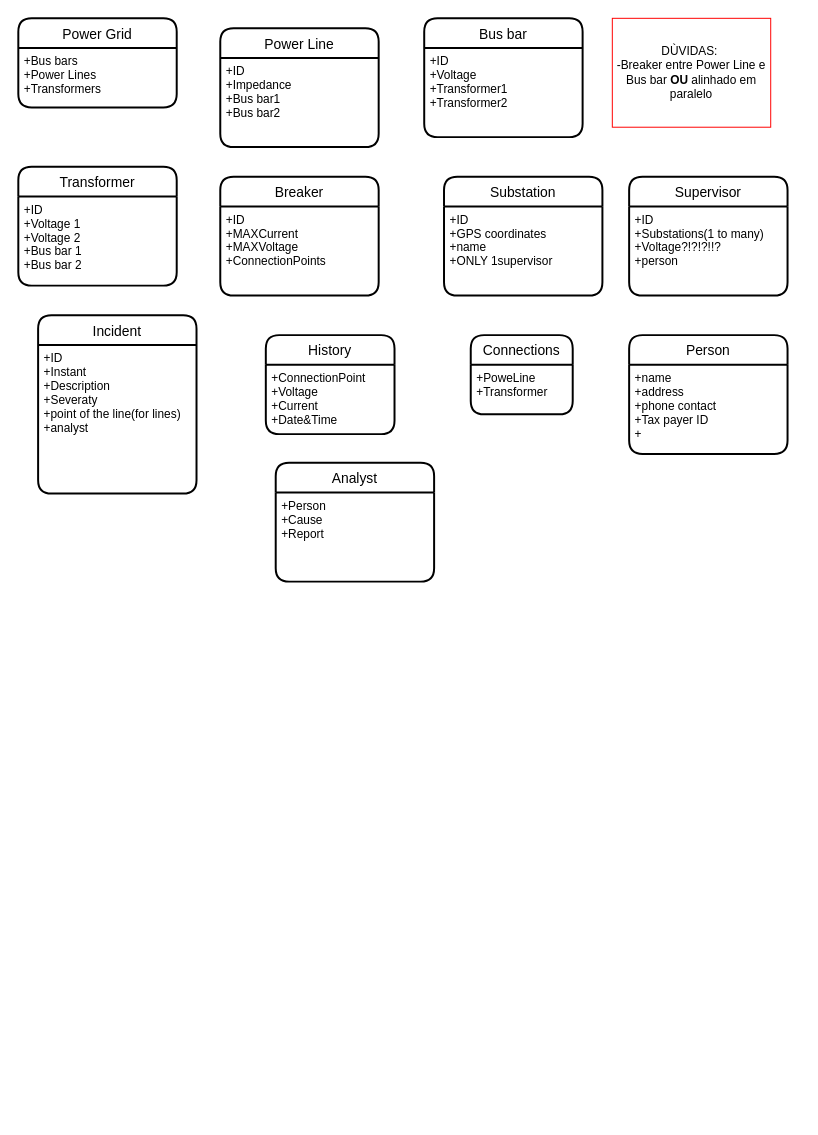
dgd-rosa/SIBD keeps this draw.io diagram as Untitled Diagram.drawio. Above is the earlier version. Source tidied: cells renumbered, new cells numbered last; positions are measured from the earlier drawing's top-left corner, leaving out a move shared by most shapes. Both pictures are drawn from the tidied source at 99%, with x=0, y=0 at pixel (18, 18).
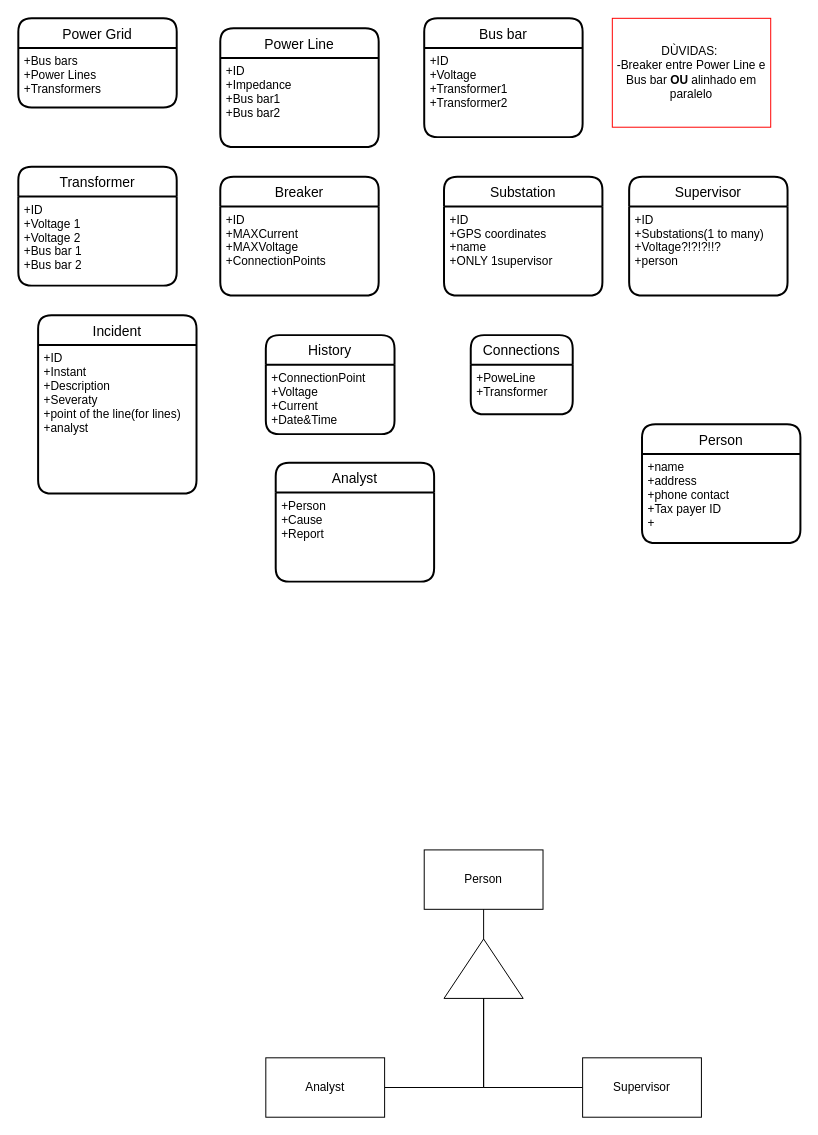
After the change.

What changed in the source:
```diff
@@
+    <mxCell id="25" value="Analyst" style="swimlane;horizontal=1;startSize=30;rounded=1;fontSize=14;fontStyle=0;strokeWidth=2;shadow=0;dashed=0;align=center;fillColor=#FFFFFF;" parent="1" vertex="1">
+      <mxGeometry x="260" y="449" width="160" height="120" as="geometry" />
+    </mxCell>
+    <mxCell id="26" value="+Person&#10;+Cause&#10;+Report" style="align=left;strokeColor=none;fillColor=none;spacingLeft=4;fontSize=12;verticalAlign=top;" parent="25" vertex="1">
+      <mxGeometry y="30" width="160" height="90" as="geometry" />
+    </mxCell>
     <mxCell id="23" value="Person" style="swimlane;horizontal=1;startSize=30;rounded=1;fontSize=14;fontStyle=0;strokeWidth=2;shadow=0;dashed=0;align=center;fillColor=#FFFFFF;" parent="1" vertex="1">
-      <mxGeometry x="617" y="320" width="160" height="120" as="geometry" />
+      <mxGeometry x="630" y="410" width="160" height="120" as="geometry" />
     </mxCell>
@@
-    <mxCell id="25" value="Analyst" style="swimlane;horizontal=1;startSize=30;rounded=1;fontSize=14;fontStyle=0;strokeWidth=2;shadow=0;dashed=0;align=center;fillColor=#FFFFFF;" parent="1" vertex="1">
-      <mxGeometry x="260" y="449" width="160" height="120" as="geometry" />
-    </mxCell>
-    <mxCell id="26" value="+Person&#10;+Cause&#10;+Report" style="align=left;strokeColor=none;fillColor=none;spacingLeft=4;fontSize=12;verticalAlign=top;" parent="25" vertex="1">
-      <mxGeometry y="30" width="160" height="90" as="geometry" />
-    </mxCell>
+    <mxCell id="27" value="Person" style="rounded=0;whiteSpace=wrap;html=1;" parent="1" vertex="1">
+      <mxGeometry x="410" y="840" width="120" height="60" as="geometry" />
+    </mxCell>
+    <mxCell id="28" style="triangle;whiteSpace=wrap;html=1;direction=north;" parent="1" vertex="1">
+      <mxGeometry x="430" y="930" width="80" height="60" as="geometry" />
+    </mxCell>
+    <mxCell id="29" style="edgeStyle=orthogonalEdgeStyle;rounded=0;jettySize=auto;html=1;entryX=0;entryY=0.5;entryDx=0;entryDy=0;endArrow=none;endFill=0;" parent="1" edge="1" source="30" target="28">
+      <mxGeometry relative="1" as="geometry" />
+    </mxCell>
+    <mxCell id="30" value="Analyst" style="rounded=0;whiteSpace=wrap;html=1;" parent="1" vertex="1">
+      <mxGeometry x="250" y="1050" width="120" height="60" as="geometry" />
+    </mxCell>
+    <mxCell id="31" style="edgeStyle=orthogonalEdgeStyle;rounded=0;jettySize=auto;html=1;endArrow=none;endFill=0;" parent="1" edge="1" source="32">
+      <mxGeometry relative="1" as="geometry">
+        <mxPoint x="470" y="990" as="targetPoint" />
+        <Array as="points">
+          <mxPoint x="470" y="1080" />
+        </Array>
+      </mxGeometry>
+    </mxCell>
+    <mxCell id="32" value="Supervisor" style="rounded=0;whiteSpace=wrap;html=1;" parent="1" vertex="1">
+      <mxGeometry x="570" y="1050" width="120" height="60" as="geometry" />
+    </mxCell>
+    <mxCell id="33" style="endArrow=none;html=1;entryX=0.5;entryY=1;entryDx=0;entryDy=0;exitX=1;exitY=0.5;exitDx=0;exitDy=0;" parent="1" edge="1" source="28" target="27">
+      <mxGeometry relative="1" as="geometry" />
+    </mxCell>
```
